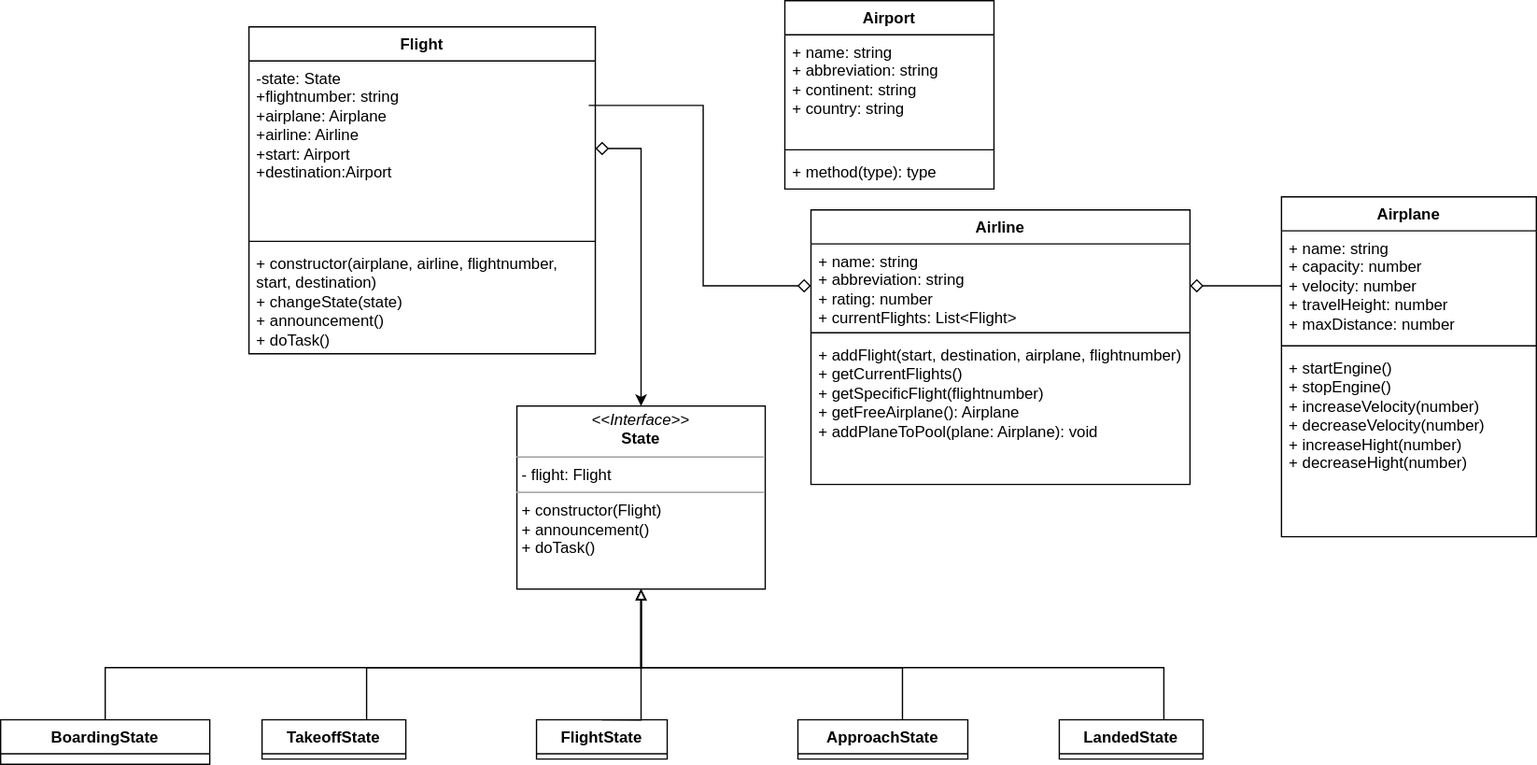
This is Airline_Class_Diagram.svg from ModEraNoah/Airline, a draw.io export, as it was before one commit. Source tidied: cells renumbered, new cells last; positions are measured from the earlier drawing's top-left corner, leaving out a move shared by most shapes.
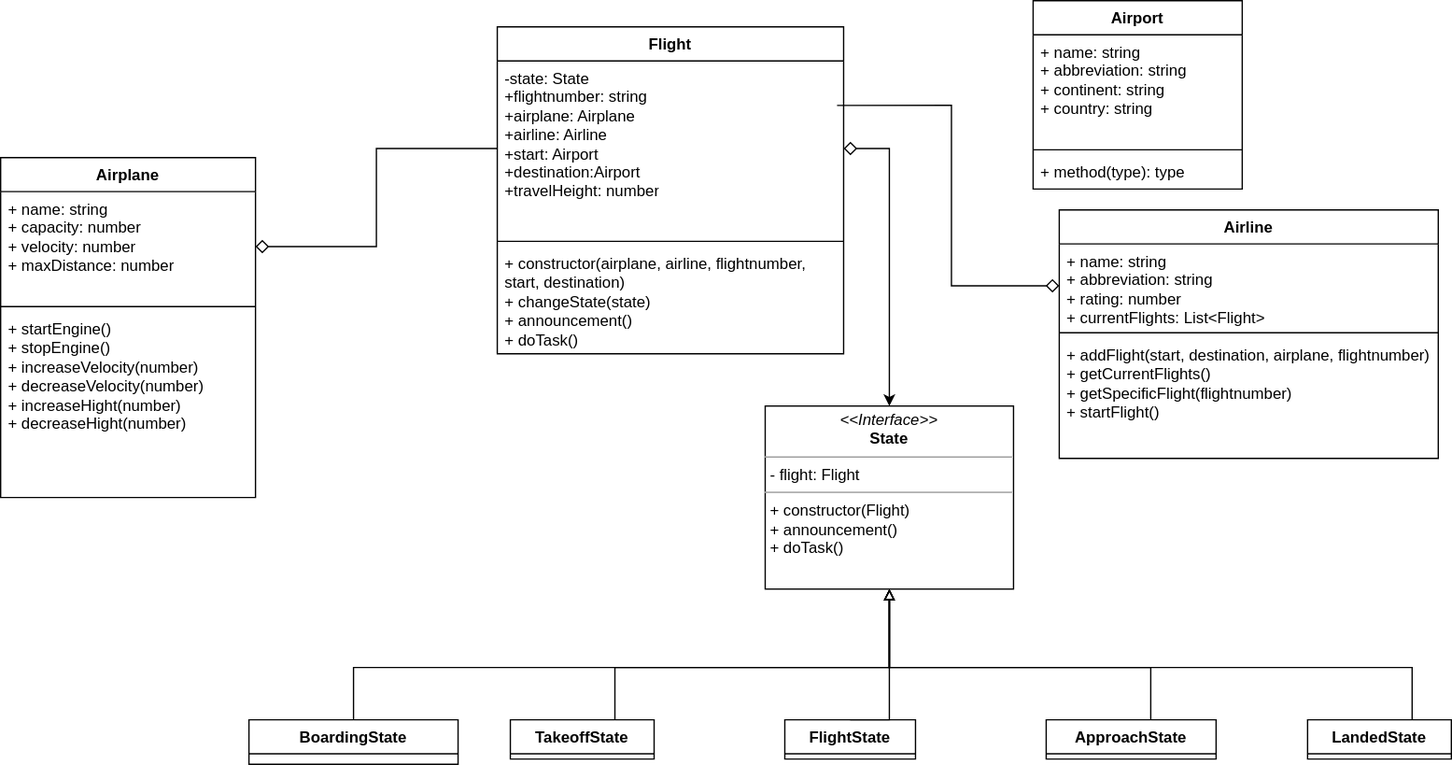
After the commit.

The edit, as a diff of the source:
```diff
@@ -5,7 +5,7 @@
     <mxCell id="2" value="Flight" style="swimlane;fontStyle=1;align=center;verticalAlign=top;horizontal=1;startSize=26;whiteSpace=wrap;html=1;" parent="1" vertex="1">
       <mxGeometry x="190" y="20" width="265" height="250" as="geometry" />
     </mxCell>
-    <mxCell id="3" value="&lt;div&gt;-state: State&lt;/div&gt;&lt;div&gt;+flightnumber: string&lt;/div&gt;&lt;div&gt;+airplane: Airplane&lt;/div&gt;&lt;div&gt;+airline: Airline&lt;/div&gt;&lt;div&gt;+start: Airport&lt;/div&gt;&lt;div&gt;+destination:Airport&lt;/div&gt;" style="text;strokeColor=none;fillColor=none;align=left;verticalAlign=top;spacingLeft=4;spacingRight=4;overflow=hidden;points=[[0,0.5],[1,0.5]];portConstraint=eastwest;whiteSpace=wrap;html=1;" parent="2" vertex="1">
+    <mxCell id="3" value="&lt;div&gt;-state: State&lt;/div&gt;&lt;div&gt;+flightnumber: string&lt;/div&gt;&lt;div&gt;+airplane: Airplane&lt;/div&gt;&lt;div&gt;+airline: Airline&lt;/div&gt;&lt;div&gt;+start: Airport&lt;/div&gt;&lt;div&gt;+destination:Airport&lt;/div&gt;&lt;div&gt;+travelHeight: number&lt;br&gt;&lt;/div&gt;" style="text;strokeColor=none;fillColor=none;align=left;verticalAlign=top;spacingLeft=4;spacingRight=4;overflow=hidden;points=[[0,0.5],[1,0.5]];portConstraint=eastwest;whiteSpace=wrap;html=1;" parent="2" vertex="1">
       <mxGeometry y="26" width="265" height="134" as="geometry" />
     </mxCell>
     <mxCell id="4" style="line;strokeWidth=1;fillColor=none;align=left;verticalAlign=middle;spacingTop=-1;spacingLeft=3;spacingRight=3;labelPosition=right;strokeColor=inherit;" parent="2" vertex="1">
@@ -77,9 +77,9 @@
       </mxGeometry>
     </mxCell>
     <mxCell id="18" value="Airplane" style="swimlane;fontStyle=1;align=center;verticalAlign=top;horizontal=1;startSize=26;whiteSpace=wrap;html=1;" parent="1" vertex="1">
-      <mxGeometry x="980" y="150" width="195" height="260" as="geometry" />
+      <mxGeometry x="-190" y="120" width="195" height="260" as="geometry" />
     </mxCell>
-    <mxCell id="19" value="&lt;div&gt;+ name: string&lt;/div&gt;&lt;div&gt;+ capacity: number&lt;br&gt;&lt;/div&gt;&lt;div&gt;+ velocity: number&lt;/div&gt;&lt;div&gt;+ travelHeight: number&lt;br&gt;&lt;/div&gt;&lt;div&gt;+ maxDistance: number&lt;br&gt;&lt;/div&gt;" style="text;strokeColor=none;fillColor=none;align=left;verticalAlign=top;spacingLeft=4;spacingRight=4;overflow=hidden;points=[[0,0.5],[1,0.5]];portConstraint=eastwest;whiteSpace=wrap;html=1;" parent="18" vertex="1">
+    <mxCell id="19" value="&lt;div&gt;+ name: string&lt;/div&gt;&lt;div&gt;+ capacity: number&lt;br&gt;&lt;/div&gt;&lt;div&gt;+ velocity: number&lt;/div&gt;&lt;div&gt;+ maxDistance: number&lt;br&gt;&lt;/div&gt;" style="text;strokeColor=none;fillColor=none;align=left;verticalAlign=top;spacingLeft=4;spacingRight=4;overflow=hidden;points=[[0,0.5],[1,0.5]];portConstraint=eastwest;whiteSpace=wrap;html=1;" parent="18" vertex="1">
       <mxGeometry y="26" width="195" height="84" as="geometry" />
     </mxCell>
     <mxCell id="20" style="line;strokeWidth=1;fillColor=none;align=left;verticalAlign=middle;spacingTop=-1;spacingLeft=3;spacingRight=3;labelPosition=right;strokeColor=inherit;" parent="18" vertex="1">
@@ -88,11 +88,11 @@
     <mxCell id="21" value="&lt;div&gt;+ startEngine()&lt;/div&gt;&lt;div&gt;+ stopEngine()&lt;/div&gt;&lt;div&gt;+ increaseVelocity(number)&lt;/div&gt;&lt;div&gt;+ decreaseVelocity(number)&lt;/div&gt;&lt;div&gt;+ increaseHight(number)&lt;/div&gt;&lt;div&gt;+ decreaseHight(number)&lt;br&gt;&lt;/div&gt;" style="text;strokeColor=none;fillColor=none;align=left;verticalAlign=top;spacingLeft=4;spacingRight=4;overflow=hidden;whiteSpace=wrap;html=1;" parent="18" vertex="1">
       <mxGeometry y="118" width="195" height="142" as="geometry" />
     </mxCell>
-    <mxCell id="22" style="edgeStyle=orthogonalEdgeStyle;rounded=0;jettySize=auto;html=1;endArrow=none;endFill=0;startArrow=diamond;startFill=0;startSize=8;" parent="1" edge="1" source="24" target="19">
+    <mxCell id="22" style="edgeStyle=orthogonalEdgeStyle;rounded=0;jettySize=auto;html=1;exitX=1;exitY=0.5;exitDx=0;exitDy=0;entryX=0;entryY=0.5;entryDx=0;entryDy=0;endArrow=none;endFill=0;startArrow=diamond;startFill=0;startSize=8;" parent="1" edge="1" source="19" target="3">
       <mxGeometry relative="1" as="geometry" />
     </mxCell>
     <mxCell id="23" value="Airline" style="swimlane;fontStyle=1;align=center;verticalAlign=top;horizontal=1;startSize=26;whiteSpace=wrap;html=1;" parent="1" vertex="1">
-      <mxGeometry x="620" y="160" width="290" height="210" as="geometry" />
+      <mxGeometry x="620" y="160" width="290" height="190" as="geometry" />
     </mxCell>
     <mxCell id="24" value="&lt;div&gt;+ name: string&lt;/div&gt;&lt;div&gt;+ abbreviation: string&lt;/div&gt;&lt;div&gt;+ rating: number&lt;/div&gt;&lt;div&gt;+ currentFlights: List&amp;lt;Flight&amp;gt;&lt;br&gt;&lt;/div&gt;" style="text;strokeColor=none;fillColor=none;align=left;verticalAlign=top;spacingLeft=4;spacingRight=4;overflow=hidden;points=[[0,0.5],[1,0.5]];portConstraint=eastwest;whiteSpace=wrap;html=1;" parent="23" vertex="1">
       <mxGeometry y="26" width="290" height="64" as="geometry" />
@@ -100,8 +100,8 @@
     <mxCell id="25" style="line;strokeWidth=1;fillColor=none;align=left;verticalAlign=middle;spacingTop=-1;spacingLeft=3;spacingRight=3;labelPosition=right;strokeColor=inherit;" parent="23" vertex="1">
       <mxGeometry y="90" width="290" height="8" as="geometry" />
     </mxCell>
-    <mxCell id="26" value="&lt;div&gt;+ addFlight(start, destination, airplane, flightnumber)&lt;/div&gt;&lt;div&gt;+ getCurrentFlights()&lt;/div&gt;&lt;div&gt;+ getSpecificFlight(flightnumber)&lt;/div&gt;&lt;div&gt;+ getFreeAirplane(): Airplane&lt;/div&gt;&lt;div&gt;+ addPlaneToPool(plane: Airplane): void&lt;br&gt;&lt;/div&gt;" style="text;strokeColor=none;fillColor=none;align=left;verticalAlign=top;spacingLeft=4;spacingRight=4;overflow=hidden;whiteSpace=wrap;html=1;" parent="23" vertex="1">
-      <mxGeometry y="98" width="290" height="112" as="geometry" />
+    <mxCell id="26" value="&lt;div&gt;+ addFlight(start, destination, airplane, flightnumber)&lt;/div&gt;&lt;div&gt;+ getCurrentFlights()&lt;/div&gt;&lt;div&gt;+ getSpecificFlight(flightnumber)&lt;/div&gt;&lt;div&gt;+ startFlight()&lt;br&gt;&lt;/div&gt;" style="text;strokeColor=none;fillColor=none;align=left;verticalAlign=top;spacingLeft=4;spacingRight=4;overflow=hidden;whiteSpace=wrap;html=1;" parent="23" vertex="1">
+      <mxGeometry y="98" width="290" height="92" as="geometry" />
     </mxCell>
     <mxCell id="27" style="edgeStyle=orthogonalEdgeStyle;rounded=0;jettySize=auto;html=1;exitX=0;exitY=0.5;exitDx=0;exitDy=0;entryX=0.981;entryY=0.254;entryDx=0;entryDy=0;entryPerimeter=0;endArrow=none;endFill=0;startArrow=diamond;startFill=0;endSize=6;startSize=8;" parent="1" edge="1" source="24" target="3">
       <mxGeometry relative="1" as="geometry" />
```
